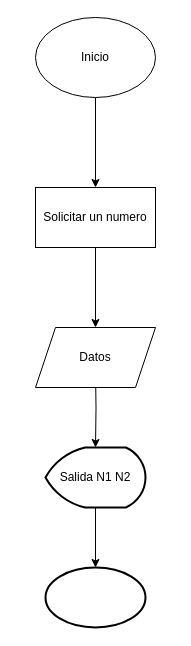
Above: Entorno de desarollo/Draw/1.drawio in AlexisVennegas/FP-DUAL (draw.io), before the change. Source tidied: cells renumbered, new cells numbered last; positions are measured from the earlier drawing's top-left corner, leaving out a move shared by most shapes. Both pictures are drawn from the tidied source at 100%, with x=0, y=0 at pixel (35, 17).
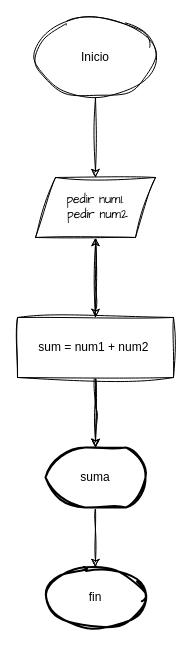
After the change.

Change to the diagram source:
```diff
@@
 <mxGraphModel>
   <root>
     <mxCell id="0" />
     <mxCell id="1" parent="0" />
-    <mxCell id="2" style="edgeStyle=orthogonalEdgeStyle;rounded=0;jettySize=auto;html=1;" parent="1" edge="1" source="3" target="9">
-      <mxGeometry relative="1" as="geometry" />
-    </mxCell>
+    <mxCell id="11" style="edgeStyle=orthogonalEdgeStyle;rounded=0;sketch=1;hachureGap=4;jiggle=2;curveFitting=1;jettySize=auto;html=1;fontFamily=Architects Daughter;labelBackgroundColor=none;fontColor=default;" parent="1" edge="1" source="3" target="15">
+      <mxGeometry relative="1" as="geometry" />
+    </mxCell>
-    <mxCell id="3" value="Inicio" style="ellipse;whiteSpace=wrap;html=1;" parent="1" vertex="1">
+    <mxCell id="3" value="Inicio" style="ellipse;whiteSpace=wrap;html=1;sketch=1;curveFitting=1;jiggle=2;labelBackgroundColor=none;" parent="1" vertex="1">
       <mxGeometry width="120" height="80" as="geometry" />
     </mxCell>
-    <mxCell id="4" style="edgeStyle=orthogonalEdgeStyle;rounded=0;jettySize=auto;html=1;" parent="1" edge="1" source="5" target="6">
+    <mxCell id="4" style="edgeStyle=orthogonalEdgeStyle;rounded=0;jettySize=auto;html=1;sketch=1;curveFitting=1;jiggle=2;labelBackgroundColor=none;fontColor=default;" parent="1" edge="1" source="5" target="6">
       <mxGeometry relative="1" as="geometry" />
     </mxCell>
-    <mxCell id="5" value="Salida N1 N2" style="strokeWidth=2;html=1;shape=mxgraph.flowchart.display;whiteSpace=wrap;" parent="1" vertex="1">
+    <mxCell id="5" value="suma" style="strokeWidth=2;html=1;shape=mxgraph.flowchart.display;whiteSpace=wrap;sketch=1;curveFitting=1;jiggle=2;labelBackgroundColor=none;" parent="1" vertex="1">
       <mxGeometry x="10" y="430" width="100" height="60" as="geometry" />
     </mxCell>
-    <mxCell id="6" style="strokeWidth=2;html=1;shape=mxgraph.flowchart.start_1;whiteSpace=wrap;" parent="1" vertex="1">
+    <mxCell id="6" value="fin" style="strokeWidth=2;html=1;shape=mxgraph.flowchart.start_1;whiteSpace=wrap;sketch=1;curveFitting=1;jiggle=2;labelBackgroundColor=none;" parent="1" vertex="1">
       <mxGeometry x="10" y="550" width="100" height="60" as="geometry" />
     </mxCell>
-    <mxCell id="7" style="edgeStyle=orthogonalEdgeStyle;rounded=0;jettySize=auto;html=1;" parent="1" edge="1" target="5">
+    <mxCell id="7" style="edgeStyle=orthogonalEdgeStyle;rounded=0;jettySize=auto;html=1;sketch=1;curveFitting=1;jiggle=2;labelBackgroundColor=none;fontColor=default;" parent="1" edge="1" target="5">
       <mxGeometry relative="1" as="geometry">
         <mxPoint x="60" y="350" as="sourcePoint" />
       </mxGeometry>
     </mxCell>
-    <mxCell id="8" style="edgeStyle=orthogonalEdgeStyle;rounded=0;jettySize=auto;html=1;" parent="1" edge="1" source="9" target="10">
-      <mxGeometry relative="1" as="geometry" />
-    </mxCell>
+    <mxCell id="12" style="edgeStyle=orthogonalEdgeStyle;rounded=0;sketch=1;hachureGap=4;jiggle=2;curveFitting=1;jettySize=auto;html=1;fontFamily=Architects Daughter;labelBackgroundColor=none;fontColor=default;" parent="1" edge="1" source="9" target="15">
+      <mxGeometry relative="1" as="geometry" />
+    </mxCell>
+    <mxCell id="13" style="edgeStyle=orthogonalEdgeStyle;rounded=0;sketch=1;hachureGap=4;jiggle=2;curveFitting=1;jettySize=auto;html=1;fontFamily=Architects Daughter;exitX=0.5;exitY=1;exitDx=0;exitDy=0;labelBackgroundColor=none;fontColor=default;" parent="1" edge="1" source="9" target="5">
+      <mxGeometry relative="1" as="geometry" />
+    </mxCell>
-    <mxCell id="9" value="Solicitar un numero" style="whiteSpace=wrap;html=1;" parent="1" vertex="1">
-      <mxGeometry y="170" width="120" height="60" as="geometry" />
+    <mxCell id="9" value="sum = num1 + num2&amp;nbsp;" style="whiteSpace=wrap;html=1;sketch=1;curveFitting=1;jiggle=2;labelBackgroundColor=none;" parent="1" vertex="1">
+      <mxGeometry x="-18" y="300" width="156" height="60" as="geometry" />
     </mxCell>
-    <mxCell id="10" value="Datos" style="shape=parallelogram;perimeter=parallelogramPerimeter;whiteSpace=wrap;html=1;fixedSize=1;" parent="1" vertex="1">
-      <mxGeometry y="310" width="120" height="60" as="geometry" />
-    </mxCell>
+    <mxCell id="14" style="edgeStyle=orthogonalEdgeStyle;rounded=0;sketch=1;hachureGap=4;jiggle=2;curveFitting=1;jettySize=auto;html=1;fontFamily=Architects Daughter;labelBackgroundColor=none;fontColor=default;" parent="1" edge="1" source="15">
+      <mxGeometry relative="1" as="geometry">
+        <mxPoint x="60" y="300" as="targetPoint" />
+      </mxGeometry>
+    </mxCell>
+    <mxCell id="15" value="pedir num1.&lt;div&gt;&amp;nbsp;pedir num2&lt;/div&gt;" style="shape=parallelogram;perimeter=parallelogramPerimeter;whiteSpace=wrap;html=1;fixedSize=1;hachureGap=4;fontFamily=Architects Daughter;sketch=1;curveFitting=1;jiggle=2;labelBackgroundColor=none;" parent="1" vertex="1">
+      <mxGeometry y="160" width="120" height="60" as="geometry" />
+    </mxCell>
   </root>
 </mxGraphModel>
```
